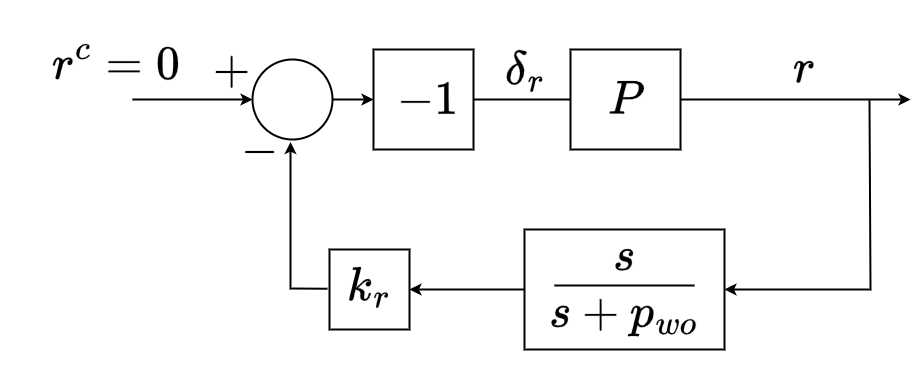
Before: docs/assets/yaw_damper_diag.png, a diagram exported from draw.io (rosflight/rosflight_docs). Source tidied: cells renumbered, new cells last; positions are measured from the earlier drawing's top-left corner, leaving out a move shared by most shapes.
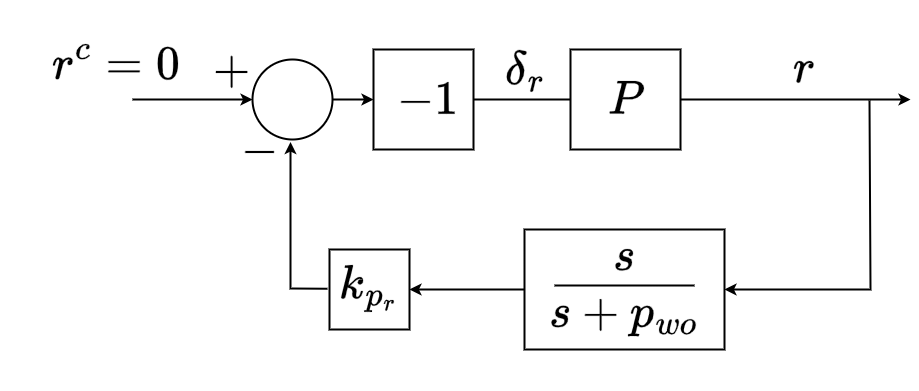
Later version of the same file.

Commit message:
Final touches on yaw-damper overview.

Change to the diagram source:
```diff
@@ -39,7 +39,7 @@
     <mxCell id="11" value="$$-1$$" style="text;html=1;align=center;verticalAlign=middle;whiteSpace=wrap;rounded=0;fontSize=40;strokeWidth=2;" parent="1" vertex="1">
       <mxGeometry x="398" y="50" width="60" height="30" as="geometry" />
     </mxCell>
-    <mxCell id="12" value="&lt;font style=&quot;font-size: 40px;&quot;&gt;$$k_{r}$$&lt;/font&gt;" style="text;html=1;align=center;verticalAlign=middle;whiteSpace=wrap;rounded=0;strokeWidth=2;" parent="1" vertex="1">
+    <mxCell id="12" value="&lt;font style=&quot;font-size: 40px;&quot;&gt;$$k_{p_r}$$&lt;/font&gt;" style="text;html=1;align=center;verticalAlign=middle;whiteSpace=wrap;rounded=0;strokeWidth=2;" parent="1" vertex="1">
       <mxGeometry x="339" y="237" width="60" height="30" as="geometry" />
     </mxCell>
     <mxCell id="13" value="&lt;font style=&quot;font-size: 40px;&quot;&gt;$$-$$&lt;/font&gt;" style="text;html=1;align=center;verticalAlign=middle;whiteSpace=wrap;rounded=0;strokeWidth=2;" parent="1" vertex="1">
```
